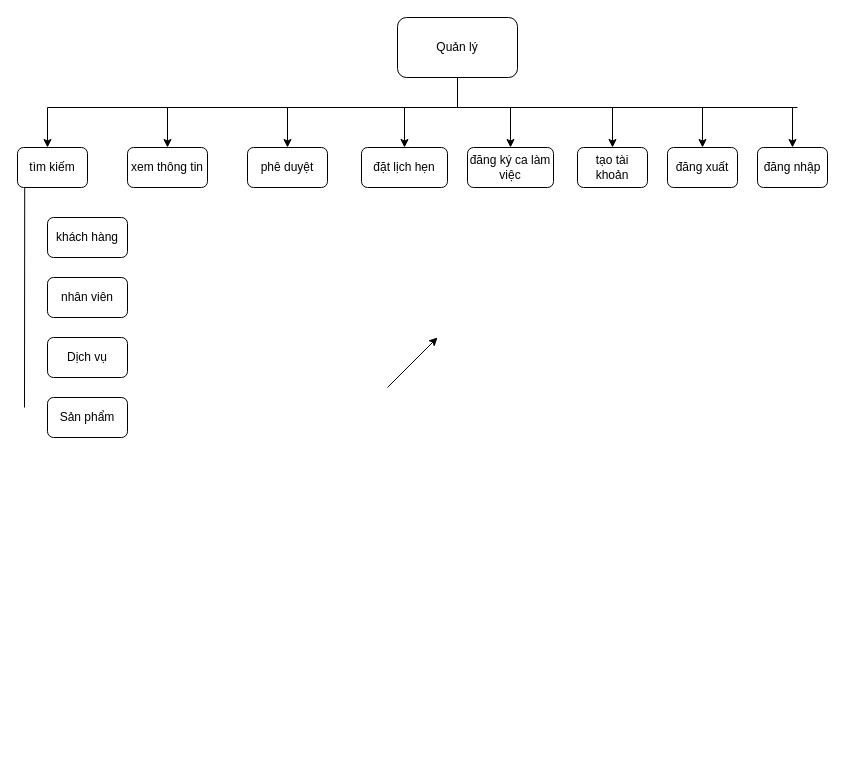
hunglee569846/DemoTestHoaDon keeps this draw.io diagram as Untitled Diagram.drawio. Above is the earlier version. Source tidied: cells renumbered, new cells numbered last; positions are measured from the earlier drawing's top-left corner, leaving out a move shared by most shapes. Both pictures are drawn from the tidied source at 100%, with x=0, y=0 at pixel (17, 17).
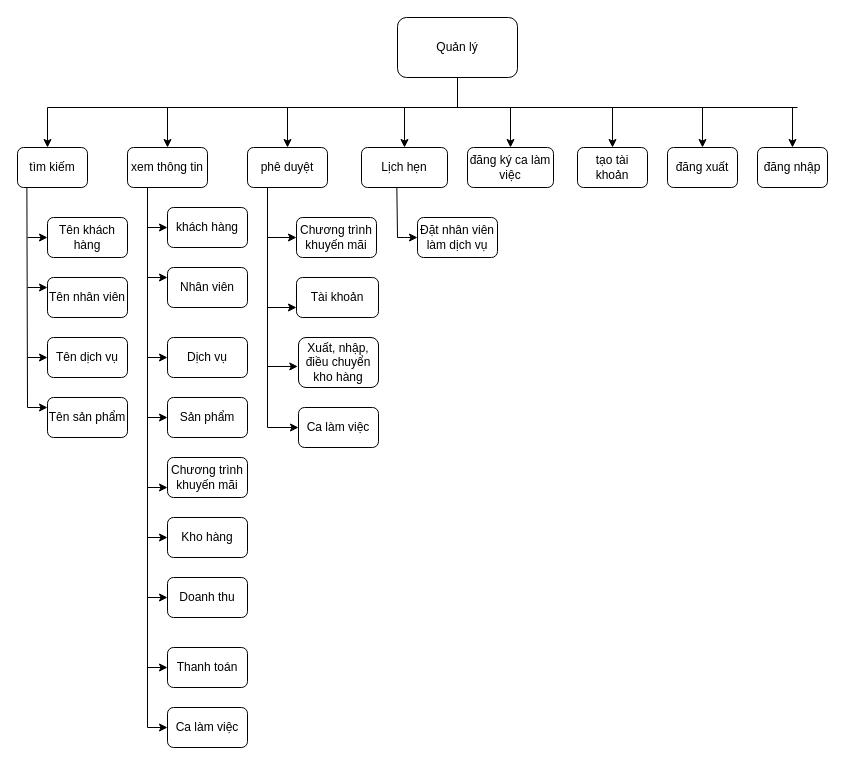
After the change.

The change refers to these unchanged cells:
```xml
<mxCell id="12" value="tìm kiếm" style="rounded=1;whiteSpace=wrap;html=1;" parent="1" vertex="1">
  <mxGeometry y="130" width="70" height="40" as="geometry" />
</mxCell>
<mxCell id="13" value="xem thông tin" style="rounded=1;whiteSpace=wrap;html=1;" parent="1" vertex="1">
  <mxGeometry x="110" y="130" width="80" height="40" as="geometry" />
</mxCell>
<mxCell id="14" value="phê duyệt" style="rounded=1;whiteSpace=wrap;html=1;" parent="1" vertex="1">
  <mxGeometry x="230" y="130" width="80" height="40" as="geometry" />
</mxCell>
```

The edit, as a diff of the source:
```diff
@@
-    <mxCell id="15" value="đặt lịch hẹn" style="rounded=1;whiteSpace=wrap;html=1;" parent="1" vertex="1">
+    <mxCell id="15" value="Lịch hẹn" style="rounded=1;whiteSpace=wrap;html=1;" parent="1" vertex="1">
       <mxGeometry x="344" y="130" width="86" height="40" as="geometry" />
     </mxCell>
@@
-    <mxCell id="21" value="khách hàng" style="rounded=1;whiteSpace=wrap;html=1;" parent="1" vertex="1">
+    <mxCell id="21" value="Tên khách hàng" style="rounded=1;whiteSpace=wrap;html=1;" parent="1" vertex="1">
       <mxGeometry x="30" y="200" width="80" height="40" as="geometry" />
     </mxCell>
-    <mxCell id="22" value="nhân viên" style="rounded=1;whiteSpace=wrap;html=1;" parent="1" vertex="1">
+    <mxCell id="22" value="Tên nhân viên" style="rounded=1;whiteSpace=wrap;html=1;" parent="1" vertex="1">
       <mxGeometry x="30" y="260" width="80" height="40" as="geometry" />
     </mxCell>
-    <mxCell id="23" value="Dịch vụ" style="rounded=1;whiteSpace=wrap;html=1;" parent="1" vertex="1">
+    <mxCell id="23" value="Tên dịch vụ" style="rounded=1;whiteSpace=wrap;html=1;" parent="1" vertex="1">
       <mxGeometry x="30" y="320" width="80" height="40" as="geometry" />
     </mxCell>
-    <mxCell id="24" value="Sản phẩm" style="rounded=1;whiteSpace=wrap;html=1;" parent="1" vertex="1">
+    <mxCell id="24" value="Tên sản phẩm" style="rounded=1;whiteSpace=wrap;html=1;" parent="1" vertex="1">
       <mxGeometry x="30" y="380" width="80" height="40" as="geometry" />
     </mxCell>
-    <mxCell id="25" style="endArrow=none;html=1;exitX=0.103;exitY=1.015;exitDx=0;exitDy=0;exitPerimeter=0;" parent="1" edge="1" source="12">
+    <mxCell id="25" style="endArrow=none;html=1;exitX=0.134;exitY=1.013;exitDx=0;exitDy=0;exitPerimeter=0;" parent="1" edge="1" source="12">
       <mxGeometry relative="1" as="geometry">
-        <mxPoint x="7" y="390" as="targetPoint" />
+        <mxPoint x="10" y="390" as="targetPoint" />
       </mxGeometry>
     </mxCell>
-    <mxCell id="26" style="endArrow=classic;html=1;" parent="1" edge="1">
+    <mxCell id="26" style="endArrow=classic;html=1;entryX=0;entryY=0.25;entryDx=0;entryDy=0;" parent="1" edge="1" target="24">
       <mxGeometry relative="1" as="geometry">
-        <mxPoint x="370" y="370" as="sourcePoint" />
-        <mxPoint x="420" y="320" as="targetPoint" />
+        <mxPoint x="10" y="390" as="sourcePoint" />
       </mxGeometry>
     </mxCell>
+    <mxCell id="27" style="endArrow=classic;html=1;entryX=0;entryY=0.5;entryDx=0;entryDy=0;" parent="1" edge="1" target="23">
+      <mxGeometry relative="1" as="geometry">
+        <mxPoint x="10" y="340" as="sourcePoint" />
+      </mxGeometry>
+    </mxCell>
+    <mxCell id="28" style="endArrow=classic;html=1;entryX=0;entryY=0.25;entryDx=0;entryDy=0;" parent="1" edge="1" target="22">
+      <mxGeometry relative="1" as="geometry">
+        <mxPoint x="10" y="270" as="sourcePoint" />
+      </mxGeometry>
+    </mxCell>
+    <mxCell id="29" style="endArrow=classic;html=1;entryX=0;entryY=0.5;entryDx=0;entryDy=0;" parent="1" edge="1" target="21">
+      <mxGeometry relative="1" as="geometry">
+        <mxPoint x="10" y="220" as="sourcePoint" />
+      </mxGeometry>
+    </mxCell>
+    <mxCell id="30" value="Tài khoản" style="rounded=1;whiteSpace=wrap;html=1;" parent="1" vertex="1">
+      <mxGeometry x="279" y="260" width="82" height="40" as="geometry" />
+    </mxCell>
+    <mxCell id="31" value="khách hàng" style="rounded=1;whiteSpace=wrap;html=1;" parent="1" vertex="1">
+      <mxGeometry x="150" y="190" width="80" height="40" as="geometry" />
+    </mxCell>
+    <mxCell id="32" value="Nhân viên" style="rounded=1;whiteSpace=wrap;html=1;" parent="1" vertex="1">
+      <mxGeometry x="150" y="250" width="80" height="40" as="geometry" />
+    </mxCell>
+    <mxCell id="33" value="Dịch vụ" style="rounded=1;whiteSpace=wrap;html=1;" parent="1" vertex="1">
+      <mxGeometry x="150" y="320" width="80" height="40" as="geometry" />
+    </mxCell>
+    <mxCell id="34" value="Sản phẩm" style="rounded=1;whiteSpace=wrap;html=1;" parent="1" vertex="1">
+      <mxGeometry x="150" y="380" width="80" height="40" as="geometry" />
+    </mxCell>
+    <mxCell id="35" value="Chương trình khuyến mãi" style="rounded=1;whiteSpace=wrap;html=1;" parent="1" vertex="1">
+      <mxGeometry x="150" y="440" width="80" height="40" as="geometry" />
+    </mxCell>
+    <mxCell id="36" value="Kho hàng" style="rounded=1;whiteSpace=wrap;html=1;" parent="1" vertex="1">
+      <mxGeometry x="150" y="500" width="80" height="40" as="geometry" />
+    </mxCell>
+    <mxCell id="37" value="Doanh thu" style="rounded=1;whiteSpace=wrap;html=1;" parent="1" vertex="1">
+      <mxGeometry x="150" y="560" width="80" height="40" as="geometry" />
+    </mxCell>
+    <mxCell id="38" value="Thanh toán" style="rounded=1;whiteSpace=wrap;html=1;" parent="1" vertex="1">
+      <mxGeometry x="150" y="630" width="80" height="40" as="geometry" />
+    </mxCell>
+    <mxCell id="39" value="Chương trình khuyến mãi" style="rounded=1;whiteSpace=wrap;html=1;" parent="1" vertex="1">
+      <mxGeometry x="279" y="200" width="80" height="40" as="geometry" />
+    </mxCell>
+    <mxCell id="40" value="Xuất, nhập,&lt;br&gt;điều chuyển kho hàng" style="rounded=1;whiteSpace=wrap;html=1;" parent="1" vertex="1">
+      <mxGeometry x="281" y="320" width="80" height="50" as="geometry" />
+    </mxCell>
+    <mxCell id="41" value="Ca làm việc" style="rounded=1;whiteSpace=wrap;html=1;" parent="1" vertex="1">
+      <mxGeometry x="150" y="690" width="80" height="40" as="geometry" />
+    </mxCell>
+    <mxCell id="42" value="Ca làm việc" style="rounded=1;whiteSpace=wrap;html=1;" parent="1" vertex="1">
+      <mxGeometry x="281" y="390" width="80" height="40" as="geometry" />
+    </mxCell>
+    <mxCell id="43" value="Đặt nhân viên làm dịch vụ" style="rounded=1;whiteSpace=wrap;html=1;" parent="1" vertex="1">
+      <mxGeometry x="400" y="200" width="80" height="40" as="geometry" />
+    </mxCell>
+    <mxCell id="44" style="endArrow=none;html=1;exitX=0.25;exitY=1;exitDx=0;exitDy=0;" parent="1" edge="1" source="13">
+      <mxGeometry relative="1" as="geometry">
+        <mxPoint x="130" y="710" as="targetPoint" />
+      </mxGeometry>
+    </mxCell>
+    <mxCell id="45" style="endArrow=classic;html=1;entryX=0;entryY=0.5;entryDx=0;entryDy=0;" parent="1" edge="1" target="41">
+      <mxGeometry relative="1" as="geometry">
+        <mxPoint x="130" y="710" as="sourcePoint" />
+      </mxGeometry>
+    </mxCell>
+    <mxCell id="46" style="endArrow=classic;html=1;entryX=0;entryY=0.5;entryDx=0;entryDy=0;" parent="1" edge="1" target="38">
+      <mxGeometry relative="1" as="geometry">
+        <mxPoint x="130" y="650" as="sourcePoint" />
+      </mxGeometry>
+    </mxCell>
+    <mxCell id="47" style="endArrow=classic;html=1;entryX=0;entryY=0.5;entryDx=0;entryDy=0;" parent="1" edge="1" target="37">
+      <mxGeometry relative="1" as="geometry">
+        <mxPoint x="130" y="580" as="sourcePoint" />
+      </mxGeometry>
+    </mxCell>
+    <mxCell id="48" style="endArrow=classic;html=1;" parent="1" edge="1" target="36">
+      <mxGeometry relative="1" as="geometry">
+        <mxPoint x="130" y="520" as="sourcePoint" />
+      </mxGeometry>
+    </mxCell>
+    <mxCell id="49" style="endArrow=classic;html=1;entryX=0;entryY=0.75;entryDx=0;entryDy=0;" parent="1" edge="1" target="35">
+      <mxGeometry relative="1" as="geometry">
+        <mxPoint x="130" y="470" as="sourcePoint" />
+      </mxGeometry>
+    </mxCell>
+    <mxCell id="50" style="endArrow=classic;html=1;entryX=0;entryY=0.5;entryDx=0;entryDy=0;" parent="1" edge="1" target="34">
+      <mxGeometry relative="1" as="geometry">
+        <mxPoint x="130" y="400" as="sourcePoint" />
+      </mxGeometry>
+    </mxCell>
+    <mxCell id="51" style="endArrow=classic;html=1;" parent="1" edge="1" target="33">
+      <mxGeometry relative="1" as="geometry">
+        <mxPoint x="130" y="340" as="sourcePoint" />
+      </mxGeometry>
+    </mxCell>
+    <mxCell id="52" style="endArrow=classic;html=1;entryX=0;entryY=0.25;entryDx=0;entryDy=0;" parent="1" edge="1" target="32">
+      <mxGeometry relative="1" as="geometry">
+        <mxPoint x="130" y="260" as="sourcePoint" />
+      </mxGeometry>
+    </mxCell>
+    <mxCell id="53" style="endArrow=classic;html=1;entryX=0;entryY=0.5;entryDx=0;entryDy=0;" parent="1" edge="1" target="31">
+      <mxGeometry relative="1" as="geometry">
+        <mxPoint x="130" y="210" as="sourcePoint" />
+      </mxGeometry>
+    </mxCell>
+    <mxCell id="54" style="endArrow=none;html=1;exitX=0.25;exitY=1;exitDx=0;exitDy=0;" parent="1" edge="1" source="14">
+      <mxGeometry relative="1" as="geometry">
+        <mxPoint x="250" y="410" as="targetPoint" />
+      </mxGeometry>
+    </mxCell>
+    <mxCell id="55" style="endArrow=classic;html=1;" parent="1" edge="1" target="42">
+      <mxGeometry relative="1" as="geometry">
+        <mxPoint x="250" y="410" as="sourcePoint" />
+      </mxGeometry>
+    </mxCell>
+    <mxCell id="56" style="endArrow=classic;html=1;entryX=-0.009;entryY=0.579;entryDx=0;entryDy=0;entryPerimeter=0;" parent="1" edge="1" target="40">
+      <mxGeometry relative="1" as="geometry">
+        <mxPoint x="250" y="349" as="sourcePoint" />
+      </mxGeometry>
+    </mxCell>
+    <mxCell id="57" style="endArrow=classic;html=1;entryX=0;entryY=0.75;entryDx=0;entryDy=0;" parent="1" edge="1" target="30">
+      <mxGeometry relative="1" as="geometry">
+        <mxPoint x="250" y="290" as="sourcePoint" />
+      </mxGeometry>
+    </mxCell>
+    <mxCell id="58" style="endArrow=classic;html=1;" parent="1" edge="1" target="39">
+      <mxGeometry relative="1" as="geometry">
+        <mxPoint x="250" y="220" as="sourcePoint" />
+      </mxGeometry>
+    </mxCell>
+    <mxCell id="59" style="endArrow=classic;html=1;entryX=0;entryY=0.5;entryDx=0;entryDy=0;" parent="1" edge="1" target="43">
+      <mxGeometry relative="1" as="geometry">
+        <mxPoint x="380" y="220" as="sourcePoint" />
+        <Array as="points">
+          <mxPoint x="387" y="220" />
+        </Array>
+      </mxGeometry>
+    </mxCell>
+    <mxCell id="60" style="endArrow=none;html=1;entryX=0.411;entryY=1.007;entryDx=0;entryDy=0;entryPerimeter=0;" parent="1" edge="1" target="15">
+      <mxGeometry relative="1" as="geometry">
+        <mxPoint x="380" y="220" as="sourcePoint" />
+      </mxGeometry>
+    </mxCell>
```
